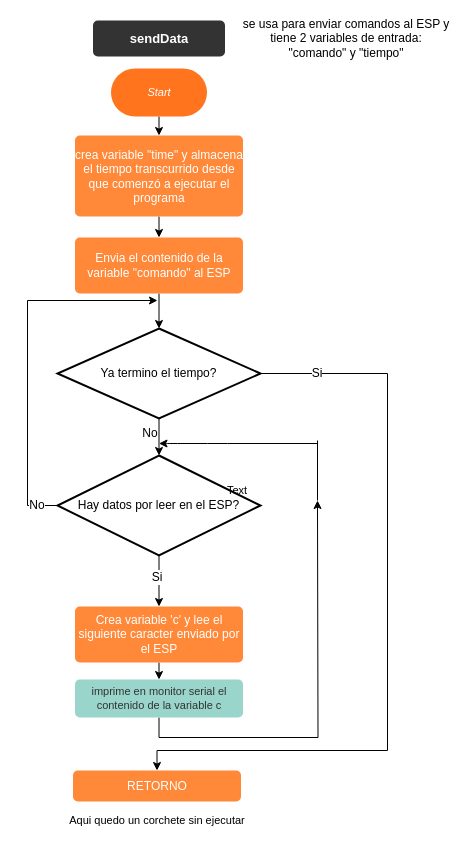
Earlier version of the draw.io diagram page "Page-2" (2 of 3) of Arduino AT Led - diagrama de flujo.drawio (pardofernando/arduino-at-led). Source tidied: cells renumbered, new cells numbered last; positions are measured from the earlier drawing's top-left corner, leaving out a move shared by most shapes. Both pictures are drawn from the tidied source at 100%, with x=0, y=0 at pixel (17, 20).
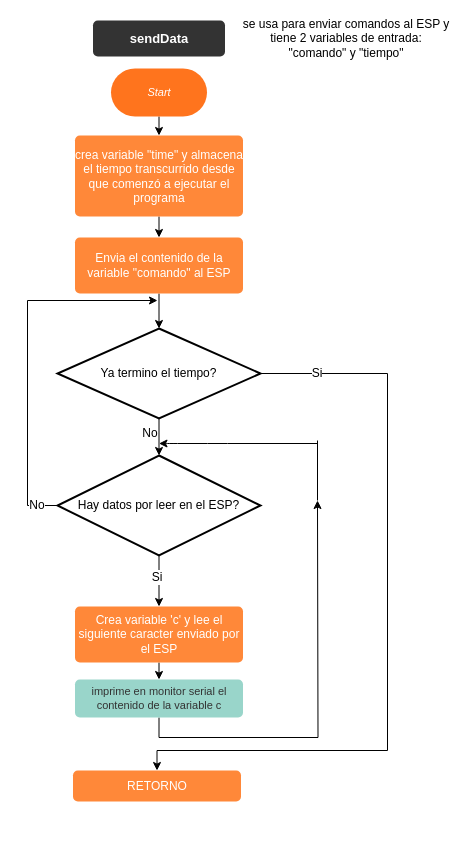
The same page after the edit.

What changed in the source:
```diff
@@
-    <mxCell id="27" value="Text" style="text;html=1;strokeColor=none;fillColor=none;align=center;verticalAlign=middle;whiteSpace=wrap;rounded=0;fontSize=11;" parent="1" vertex="1">
-      <mxGeometry x="200" y="460" width="40" height="20" as="geometry" />
-    </mxCell>
-    <mxCell id="28" value="Aqui quedo un corchete sin ejecutar" style="text;html=1;strokeColor=none;fillColor=none;align=center;verticalAlign=middle;whiteSpace=wrap;rounded=0;fontSize=11;" parent="1" vertex="1">
-      <mxGeometry x="49.5" y="790" width="180" height="20" as="geometry" />
-    </mxCell>
```
